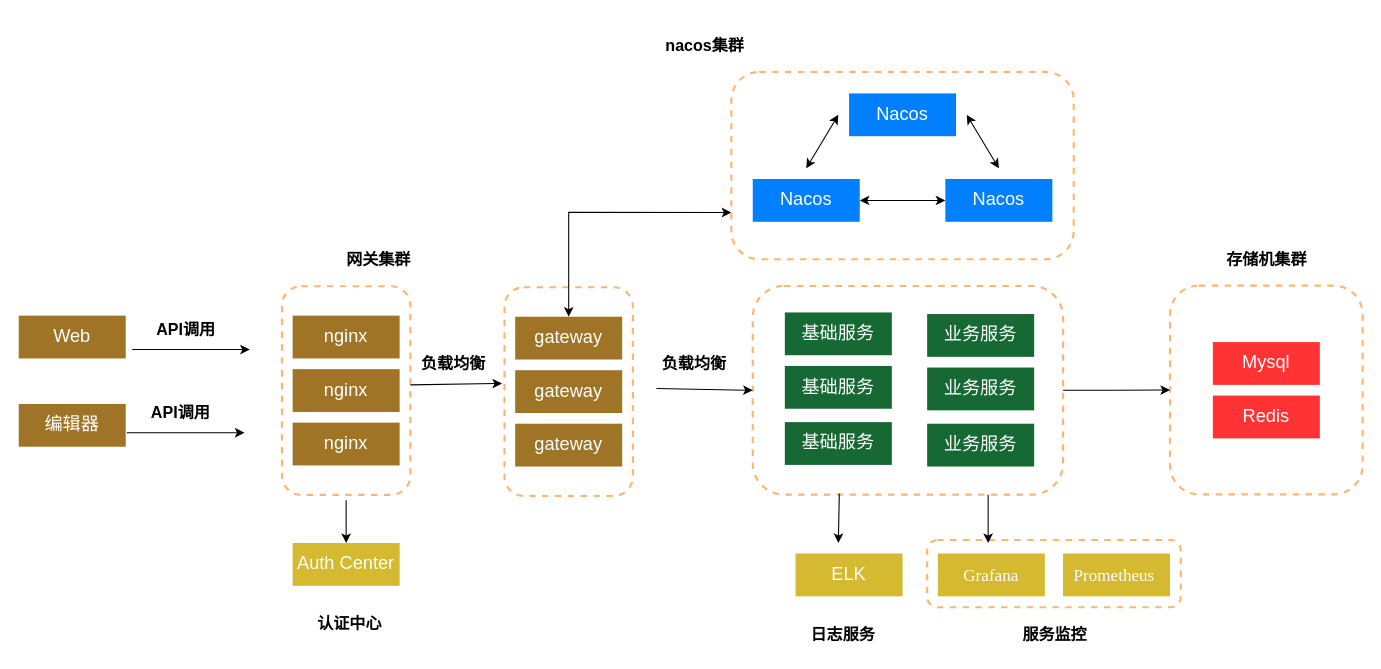
DemonHan/KuickBuy keeps this draw.io diagram as csdb/csdb 部署架构图.drawio. Above is the earlier version. Source tidied: cells renumbered, new cells numbered last; positions are measured from the earlier drawing's top-left corner, leaving out a move shared by most shapes. Both pictures are drawn from the tidied source at 107%, with x=0, y=0 at pixel (18, 29).
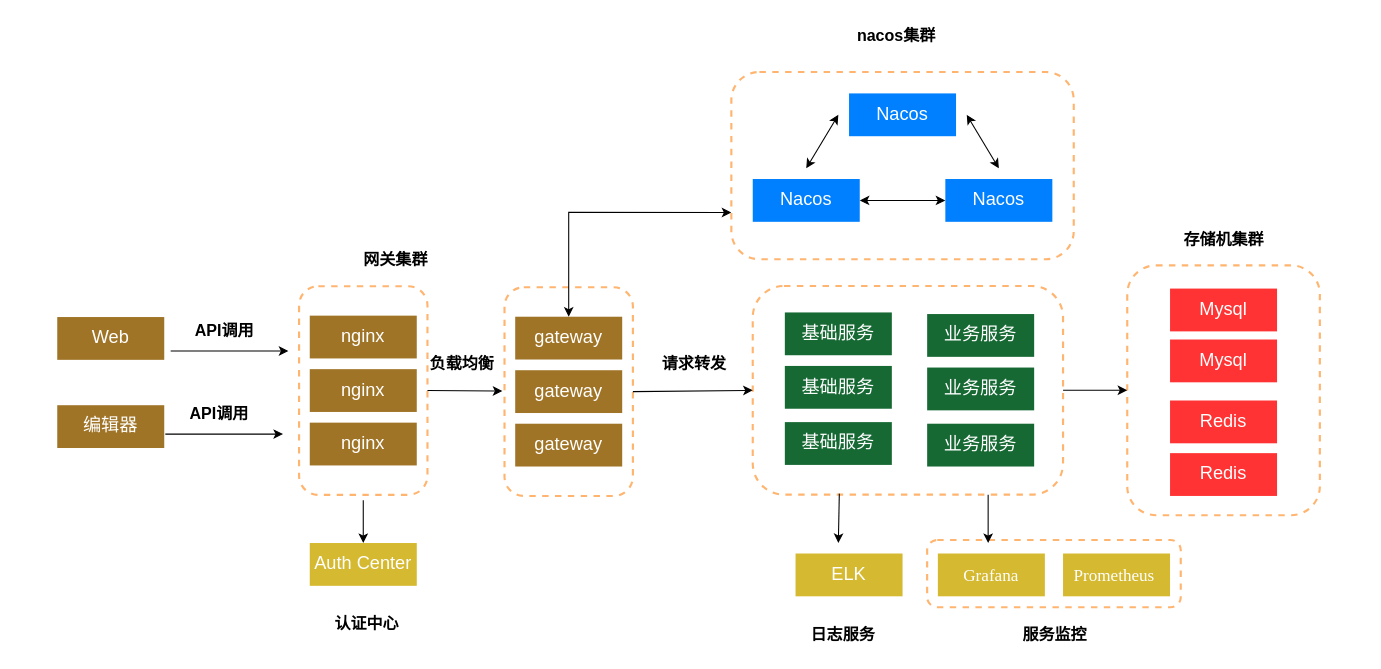
After the change.

Commit message:
更新csdb 部署架构图.drawio

Unchanged cells that the change refers to:
```xml
<mxCell id="3" style="rounded=1;whiteSpace=wrap;html=1;dashed=1;strokeColor=#FFB570;strokeWidth=2;" parent="1" vertex="1">
  <mxGeometry x="454" y="241" width="120" height="195" as="geometry" />
</mxCell>
<mxCell id="11" style="rounded=1;whiteSpace=wrap;html=1;dashed=1;strokeColor=#FFB570;strokeWidth=2;" parent="1" vertex="1">
  <mxGeometry x="686" y="239.8" width="290" height="195" as="geometry" />
</mxCell>
```

What changed in the source:
```diff
@@
     <mxCell id="4" style="rounded=1;whiteSpace=wrap;html=1;dashed=1;strokeColor=#FFB570;strokeWidth=2;" parent="1" vertex="1">
-      <mxGeometry x="1076" y="239.5" width="180" height="195" as="geometry" />
+      <mxGeometry x="1036" y="220.5" width="180" height="233.5" as="geometry" />
     </mxCell>
@@
     <mxCell id="6" style="endArrow=classic;html=1;rounded=0;" parent="1" edge="1">
       <mxGeometry relative="1" as="geometry">
-        <mxPoint x="106" y="299.2" as="sourcePoint" />
-        <mxPoint x="216" y="299.2" as="targetPoint" />
+        <mxPoint x="142" y="300.5" as="sourcePoint" />
+        <mxPoint x="252" y="300.5" as="targetPoint" />
       </mxGeometry>
     </mxCell>
     <mxCell id="7" value="API调用" style="text;html=1;align=center;verticalAlign=middle;strokeColor=none;fillColor=none;strokeWidth=3;fontSize=15;fontStyle=1;" parent="1" vertex="1">
-      <mxGeometry x="116" y="264.8" width="80" height="30" as="geometry" />
+      <mxGeometry x="152" y="266" width="80" height="30" as="geometry" />
     </mxCell>
     <mxCell id="8" value="网关集群" style="text;html=1;align=center;verticalAlign=middle;strokeColor=none;fillColor=none;strokeWidth=3;fontSize=15;fontStyle=1;" parent="1" vertex="1">
-      <mxGeometry x="296" y="200" width="80" height="30" as="geometry" />
+      <mxGeometry x="312" y="200" width="80" height="30" as="geometry" />
     </mxCell>
     <mxCell id="9" value="nacos集群" style="text;html=1;align=center;verticalAlign=middle;strokeColor=none;fillColor=none;strokeWidth=3;fontSize=15;fontStyle=1;" parent="1" vertex="1">
-      <mxGeometry x="591" y="-0.2" width="100" height="30" as="geometry" />
+      <mxGeometry x="770" y="-10" width="100" height="30" as="geometry" />
     </mxCell>
@@
-    <mxCell id="23" style="endArrow=classic;html=1;rounded=0;entryX=0;entryY=0.5;entryDx=0;entryDy=0;" parent="1" edge="1" target="11">
-      <mxGeometry relative="1" as="geometry">
-        <mxPoint x="596" y="335.5" as="sourcePoint" />
-      </mxGeometry>
+    <mxCell id="23" style="endArrow=classic;html=1;rounded=0;entryX=0;entryY=0.5;entryDx=0;entryDy=0;exitX=1;exitY=0.5;exitDx=0;exitDy=0;" parent="1" edge="1" source="3" target="11">
+      <mxGeometry relative="1" as="geometry" />
     </mxCell>
     <mxCell id="24" value="&lt;font color=&quot;#ffffff&quot;&gt;Auth Center&lt;/font&gt;" style="rounded=0;whiteSpace=wrap;html=1;fillColor=#d5b930;fontSize=17;strokeColor=none;" parent="1" vertex="1">
-      <mxGeometry x="256" y="480" width="100" height="40" as="geometry" />
+      <mxGeometry x="272" y="480" width="100" height="40" as="geometry" />
     </mxCell>
     <mxCell id="25" style="endArrow=classic;html=1;rounded=0;entryX=0.5;entryY=0;entryDx=0;entryDy=0;" parent="1" edge="1" target="24">
       <mxGeometry relative="1" as="geometry">
-        <mxPoint x="306" y="440" as="sourcePoint" />
+        <mxPoint x="322" y="440" as="sourcePoint" />
       </mxGeometry>
     </mxCell>
     <mxCell id="26" value="认证中心" style="text;html=1;align=center;verticalAlign=middle;strokeColor=none;fillColor=none;strokeWidth=3;fontSize=15;fontStyle=1;" parent="1" vertex="1">
-      <mxGeometry x="269" y="540" width="80" height="30" as="geometry" />
+      <mxGeometry x="285" y="540" width="80" height="30" as="geometry" />
     </mxCell>
@@
     <mxCell id="33" value="&lt;font color=&quot;#ffffff&quot;&gt;Mysql&lt;/font&gt;" style="rounded=0;whiteSpace=wrap;html=1;fillColor=#FF3333;fontSize=17;strokeColor=none;" parent="1" vertex="1">
-      <mxGeometry x="1116" y="292.2" width="100" height="40" as="geometry" />
+      <mxGeometry x="1076" y="242.2" width="100" height="40" as="geometry" />
     </mxCell>
     <mxCell id="34" value="&lt;font color=&quot;#ffffff&quot;&gt;Redis&lt;/font&gt;" style="rounded=0;whiteSpace=wrap;html=1;fillColor=#FF3333;fontSize=17;strokeColor=none;" parent="1" vertex="1">
-      <mxGeometry x="1116" y="342.2" width="100" height="40" as="geometry" />
+      <mxGeometry x="1076" y="346.8" width="100" height="40" as="geometry" />
     </mxCell>
@@
     <mxCell id="38" style="rounded=1;whiteSpace=wrap;html=1;dashed=1;strokeColor=#FFB570;strokeWidth=2;" parent="1" vertex="1">
-      <mxGeometry x="246" y="240" width="120" height="195" as="geometry" />
+      <mxGeometry x="262" y="240" width="120" height="195" as="geometry" />
     </mxCell>
@@
     <mxCell id="42" value="&lt;font color=&quot;#ffffff&quot;&gt;nginx&lt;/font&gt;" style="rounded=0;whiteSpace=wrap;html=1;fillColor=#a07427;fontSize=17;strokeColor=none;" parent="1" vertex="1">
-      <mxGeometry x="256" y="267.5" width="100" height="40" as="geometry" />
+      <mxGeometry x="272" y="267.5" width="100" height="40" as="geometry" />
     </mxCell>
     <mxCell id="43" value="&lt;span style=&quot;color: rgb(255, 255, 255);&quot;&gt;nginx&lt;/span&gt;" style="rounded=0;whiteSpace=wrap;html=1;fillColor=#a07427;fontSize=17;strokeColor=none;" parent="1" vertex="1">
-      <mxGeometry x="256" y="317.5" width="100" height="40" as="geometry" />
+      <mxGeometry x="272" y="317.5" width="100" height="40" as="geometry" />
     </mxCell>
     <mxCell id="44" value="&lt;span style=&quot;color: rgb(255, 255, 255);&quot;&gt;nginx&lt;/span&gt;" style="rounded=0;whiteSpace=wrap;html=1;fillColor=#a07427;fontSize=17;strokeColor=none;" parent="1" vertex="1">
-      <mxGeometry x="256" y="367.5" width="100" height="40" as="geometry" />
+      <mxGeometry x="272" y="367.5" width="100" height="40" as="geometry" />
     </mxCell>
     <mxCell id="45" value="&lt;font color=&quot;#ffffff&quot;&gt;Web&lt;/font&gt;" style="rounded=0;whiteSpace=wrap;html=1;fillColor=#a07427;fontSize=17;strokeColor=none;" parent="1" vertex="1">
-      <mxGeometry y="267.5" width="100" height="40" as="geometry" />
+      <mxGeometry x="36" y="268.8" width="100" height="40" as="geometry" />
     </mxCell>
     <mxCell id="46" value="&lt;font color=&quot;#ffffff&quot;&gt;编辑器&lt;/font&gt;" style="rounded=0;whiteSpace=wrap;html=1;fillColor=#a07427;fontSize=17;strokeColor=none;" parent="1" vertex="1">
-      <mxGeometry y="350" width="100" height="40" as="geometry" />
+      <mxGeometry x="36" y="351.2" width="100" height="40" as="geometry" />
     </mxCell>
     <mxCell id="47" style="endArrow=classic;html=1;rounded=0;" parent="1" edge="1">
       <mxGeometry relative="1" as="geometry">
-        <mxPoint x="101" y="377" as="sourcePoint" />
-        <mxPoint x="211" y="377" as="targetPoint" />
+        <mxPoint x="137" y="378.2" as="sourcePoint" />
+        <mxPoint x="247" y="378.2" as="targetPoint" />
       </mxGeometry>
     </mxCell>
     <mxCell id="48" value="API调用" style="text;html=1;align=center;verticalAlign=middle;strokeColor=none;fillColor=none;strokeWidth=3;fontSize=15;fontStyle=1;" parent="1" vertex="1">
-      <mxGeometry x="111" y="342.5" width="80" height="30" as="geometry" />
+      <mxGeometry x="147" y="343.8" width="80" height="30" as="geometry" />
     </mxCell>
-    <mxCell id="49" style="endArrow=classic;html=1;rounded=0;entryX=-0.019;entryY=0.461;entryDx=0;entryDy=0;entryPerimeter=0;" parent="1" edge="1" target="3">
+    <mxCell id="49" style="endArrow=classic;html=1;rounded=0;exitX=1;exitY=0.5;exitDx=0;exitDy=0;" parent="1" edge="1" source="38">
       <mxGeometry relative="1" as="geometry">
-        <mxPoint x="366" y="332.2" as="sourcePoint" />
+        <mxPoint x="452" y="338" as="targetPoint" />
       </mxGeometry>
     </mxCell>
     <mxCell id="50" value="负载均衡" style="text;html=1;align=center;verticalAlign=middle;strokeColor=none;fillColor=none;strokeWidth=3;fontSize=15;fontStyle=1;" parent="1" vertex="1">
-      <mxGeometry x="366" y="297.2" width="80" height="30" as="geometry" />
+      <mxGeometry x="374" y="297.2" width="80" height="30" as="geometry" />
     </mxCell>
-    <mxCell id="51" value="负载均衡" style="text;html=1;align=center;verticalAlign=middle;strokeColor=none;fillColor=none;strokeWidth=3;fontSize=15;fontStyle=1;" parent="1" vertex="1">
+    <mxCell id="51" value="请求转发" style="text;html=1;align=center;verticalAlign=middle;strokeColor=none;fillColor=none;strokeWidth=3;fontSize=15;fontStyle=1;" parent="1" vertex="1">
       <mxGeometry x="591" y="297.2" width="80" height="30" as="geometry" />
     </mxCell>
@@
     <mxCell id="53" value="存储机集群" style="text;html=1;align=center;verticalAlign=middle;strokeColor=none;fillColor=none;strokeWidth=3;fontSize=15;fontStyle=1;" parent="1" vertex="1">
-      <mxGeometry x="1116" y="200" width="100" height="30" as="geometry" />
+      <mxGeometry x="1076" y="181" width="100" height="30" as="geometry" />
     </mxCell>
+    <mxCell id="54" value="&lt;font color=&quot;#ffffff&quot;&gt;Mysql&lt;/font&gt;" style="rounded=0;whiteSpace=wrap;html=1;fillColor=#FF3333;fontSize=17;strokeColor=none;" parent="1" vertex="1">
+      <mxGeometry x="1076" y="289.8" width="100" height="40" as="geometry" />
+    </mxCell>
+    <mxCell id="55" value="&lt;font color=&quot;#ffffff&quot;&gt;Redis&lt;/font&gt;" style="rounded=0;whiteSpace=wrap;html=1;fillColor=#FF3333;fontSize=17;strokeColor=none;" parent="1" vertex="1">
+      <mxGeometry x="1076" y="396" width="100" height="40" as="geometry" />
+    </mxCell>
```
